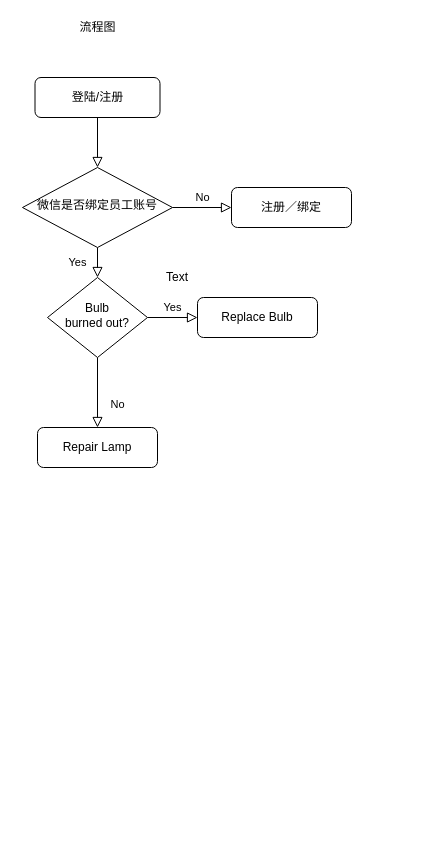
Before: Untitled Diagram.drawio in yenible/zs, a draw.io diagram. Source tidied: cells renumbered, new cells numbered last; positions are measured from the earlier drawing's top-left corner, leaving out a move shared by most shapes. Both pictures are drawn from the tidied source at 100%, with x=0, y=0 at pixel (22, 17).
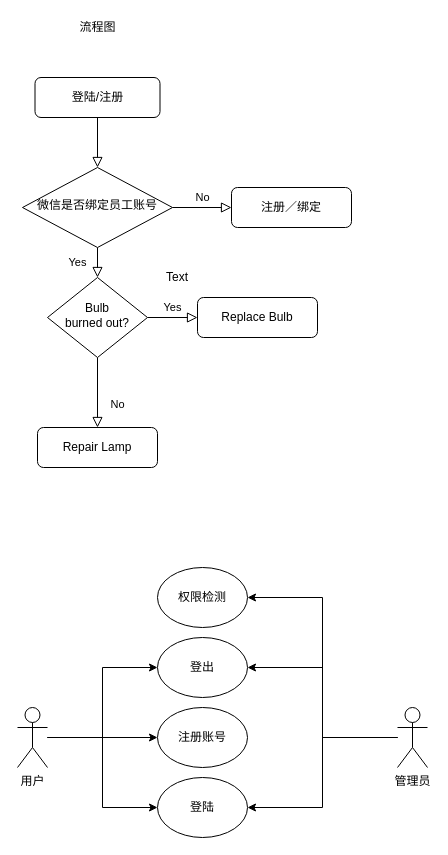
The same page after the edit.

Diff of the diagram source:
```diff
@@
+    <mxCell id="15" style="edgeStyle=orthogonalEdgeStyle;rounded=0;jettySize=auto;html=1;entryX=0;entryY=0.5;entryDx=0;entryDy=0;" parent="1" edge="1" source="18" target="23">
+      <mxGeometry relative="1" as="geometry" />
+    </mxCell>
+    <mxCell id="16" style="edgeStyle=orthogonalEdgeStyle;rounded=0;jettySize=auto;html=1;entryX=0;entryY=0.5;entryDx=0;entryDy=0;" parent="1" edge="1" source="18" target="24">
+      <mxGeometry relative="1" as="geometry" />
+    </mxCell>
+    <mxCell id="17" style="edgeStyle=orthogonalEdgeStyle;rounded=0;jettySize=auto;html=1;entryX=0;entryY=0.5;entryDx=0;entryDy=0;" parent="1" edge="1" source="18" target="25">
+      <mxGeometry relative="1" as="geometry" />
+    </mxCell>
+    <mxCell id="18" value="用户" style="shape=umlActor;verticalLabelPosition=bottom;verticalAlign=top;html=1;outlineConnect=0;" parent="1" vertex="1">
+      <mxGeometry x="-5" y="690" width="30" height="60" as="geometry" />
+    </mxCell>
+    <mxCell id="19" style="edgeStyle=orthogonalEdgeStyle;rounded=0;jettySize=auto;html=1;entryX=1;entryY=0.5;entryDx=0;entryDy=0;" parent="1" edge="1" source="22" target="26">
+      <mxGeometry relative="1" as="geometry" />
+    </mxCell>
+    <mxCell id="20" style="edgeStyle=orthogonalEdgeStyle;rounded=0;jettySize=auto;html=1;entryX=1;entryY=0.5;entryDx=0;entryDy=0;" parent="1" edge="1" source="22" target="24">
+      <mxGeometry relative="1" as="geometry" />
+    </mxCell>
+    <mxCell id="21" style="edgeStyle=orthogonalEdgeStyle;rounded=0;jettySize=auto;html=1;entryX=1;entryY=0.5;entryDx=0;entryDy=0;" parent="1" edge="1" source="22" target="23">
+      <mxGeometry relative="1" as="geometry" />
+    </mxCell>
+    <mxCell id="22" value="管理员" style="shape=umlActor;verticalLabelPosition=bottom;verticalAlign=top;html=1;outlineConnect=0;" parent="1" vertex="1">
+      <mxGeometry x="375" y="690" width="30" height="60" as="geometry" />
+    </mxCell>
+    <mxCell id="23" value="登陆" style="ellipse;whiteSpace=wrap;html=1;" parent="1" vertex="1">
+      <mxGeometry x="135" y="760" width="90" height="60" as="geometry" />
+    </mxCell>
+    <mxCell id="24" value="登出" style="ellipse;whiteSpace=wrap;html=1;" parent="1" vertex="1">
+      <mxGeometry x="135" y="620" width="90" height="60" as="geometry" />
+    </mxCell>
+    <mxCell id="25" value="注册账号" style="ellipse;whiteSpace=wrap;html=1;" parent="1" vertex="1">
+      <mxGeometry x="135" y="690" width="90" height="60" as="geometry" />
+    </mxCell>
+    <mxCell id="26" value="权限检测" style="ellipse;whiteSpace=wrap;html=1;" parent="1" vertex="1">
+      <mxGeometry x="135" y="550" width="90" height="60" as="geometry" />
+    </mxCell>
```
